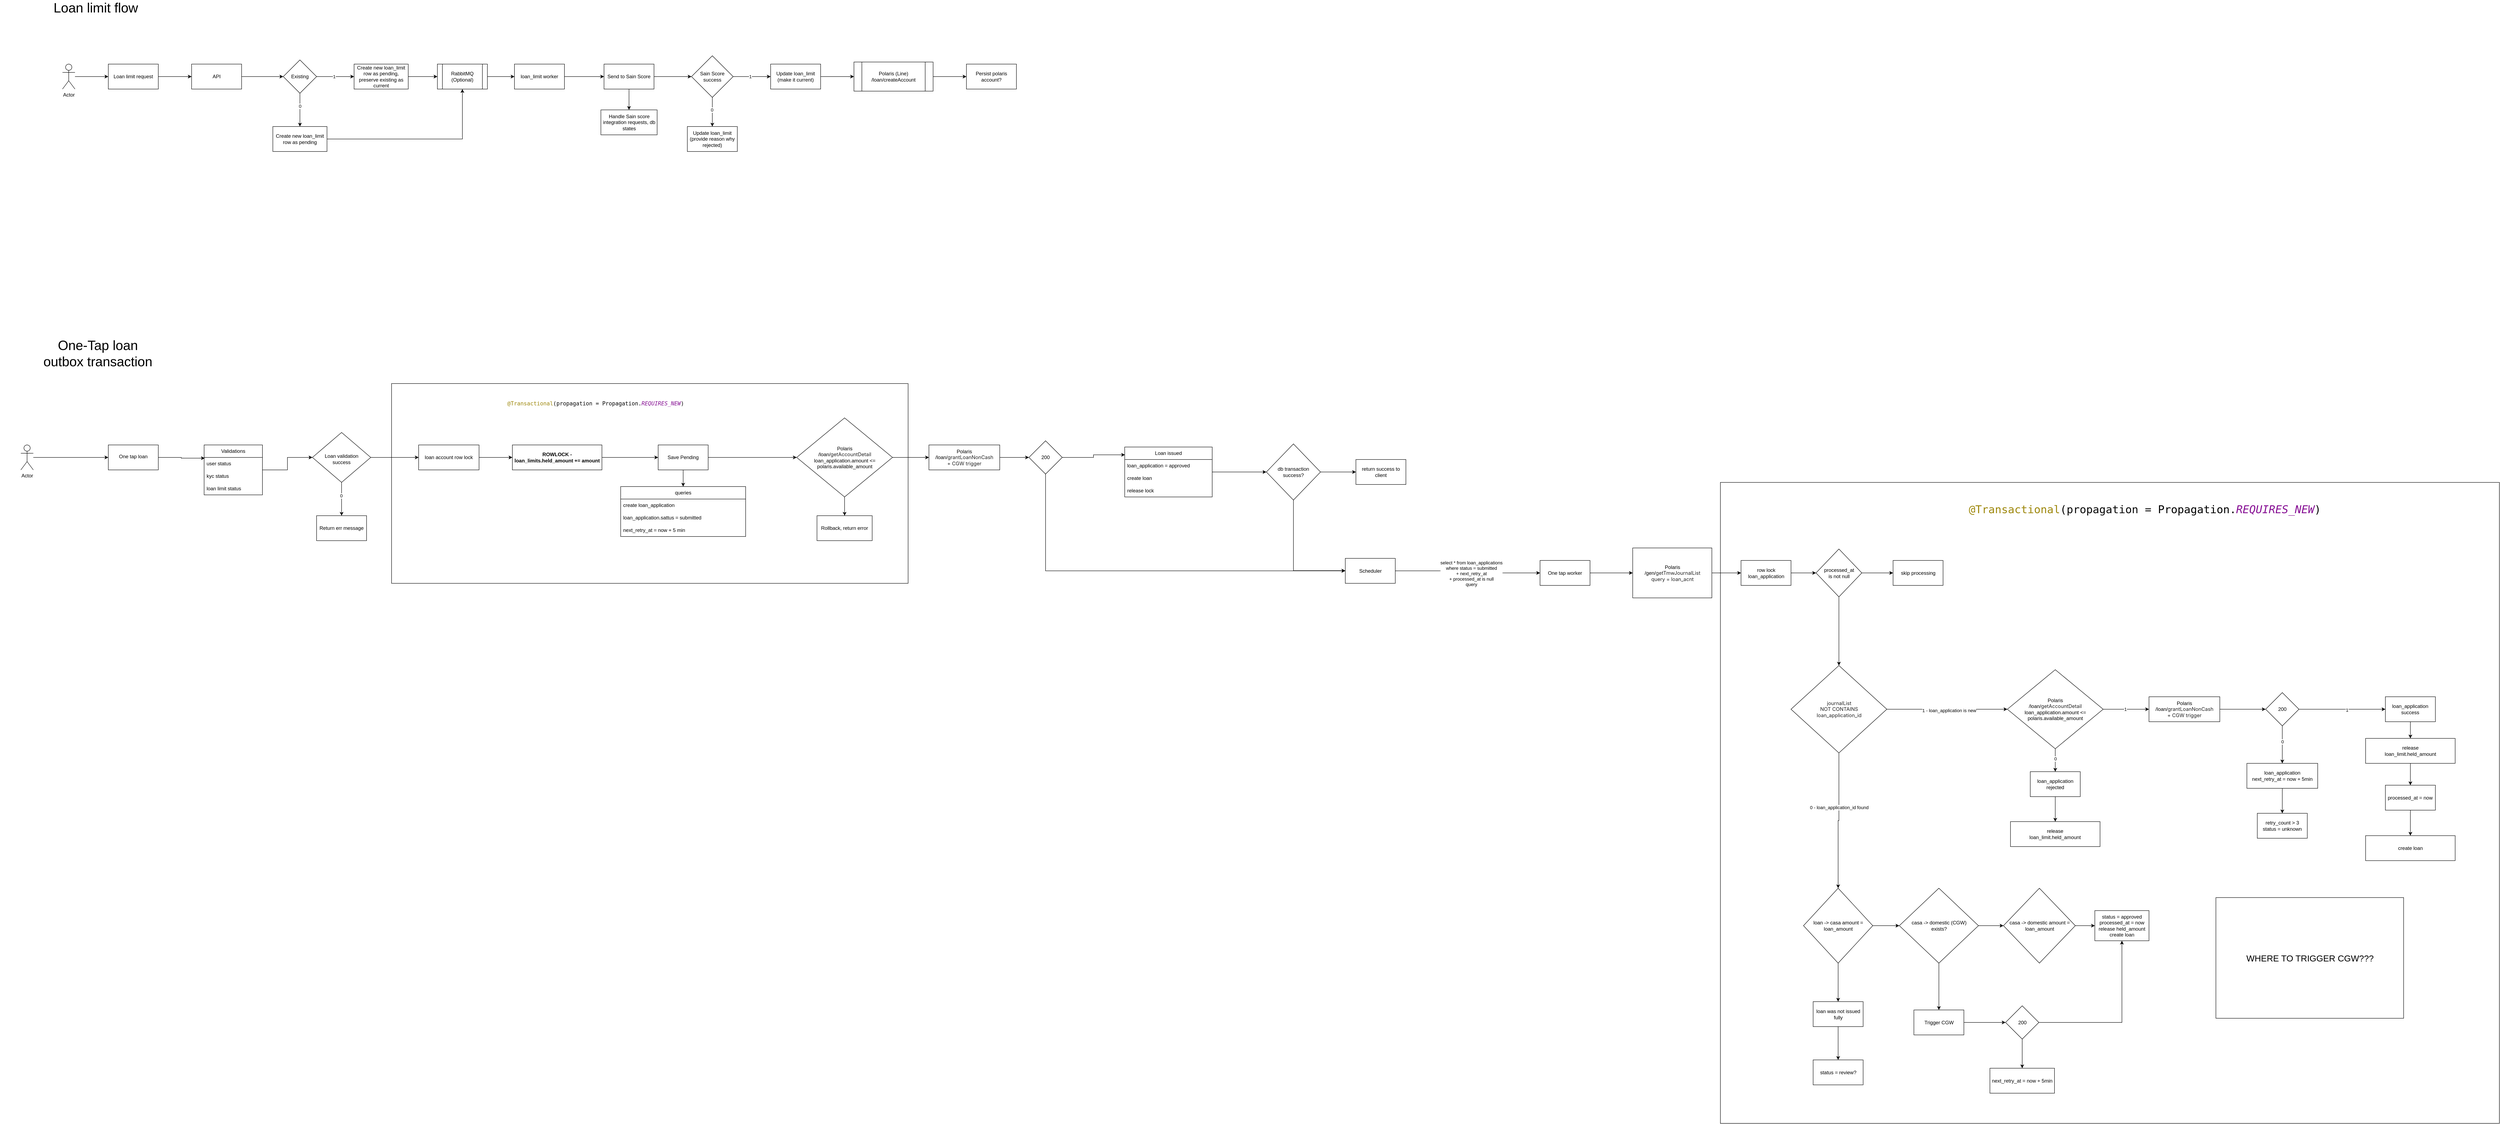
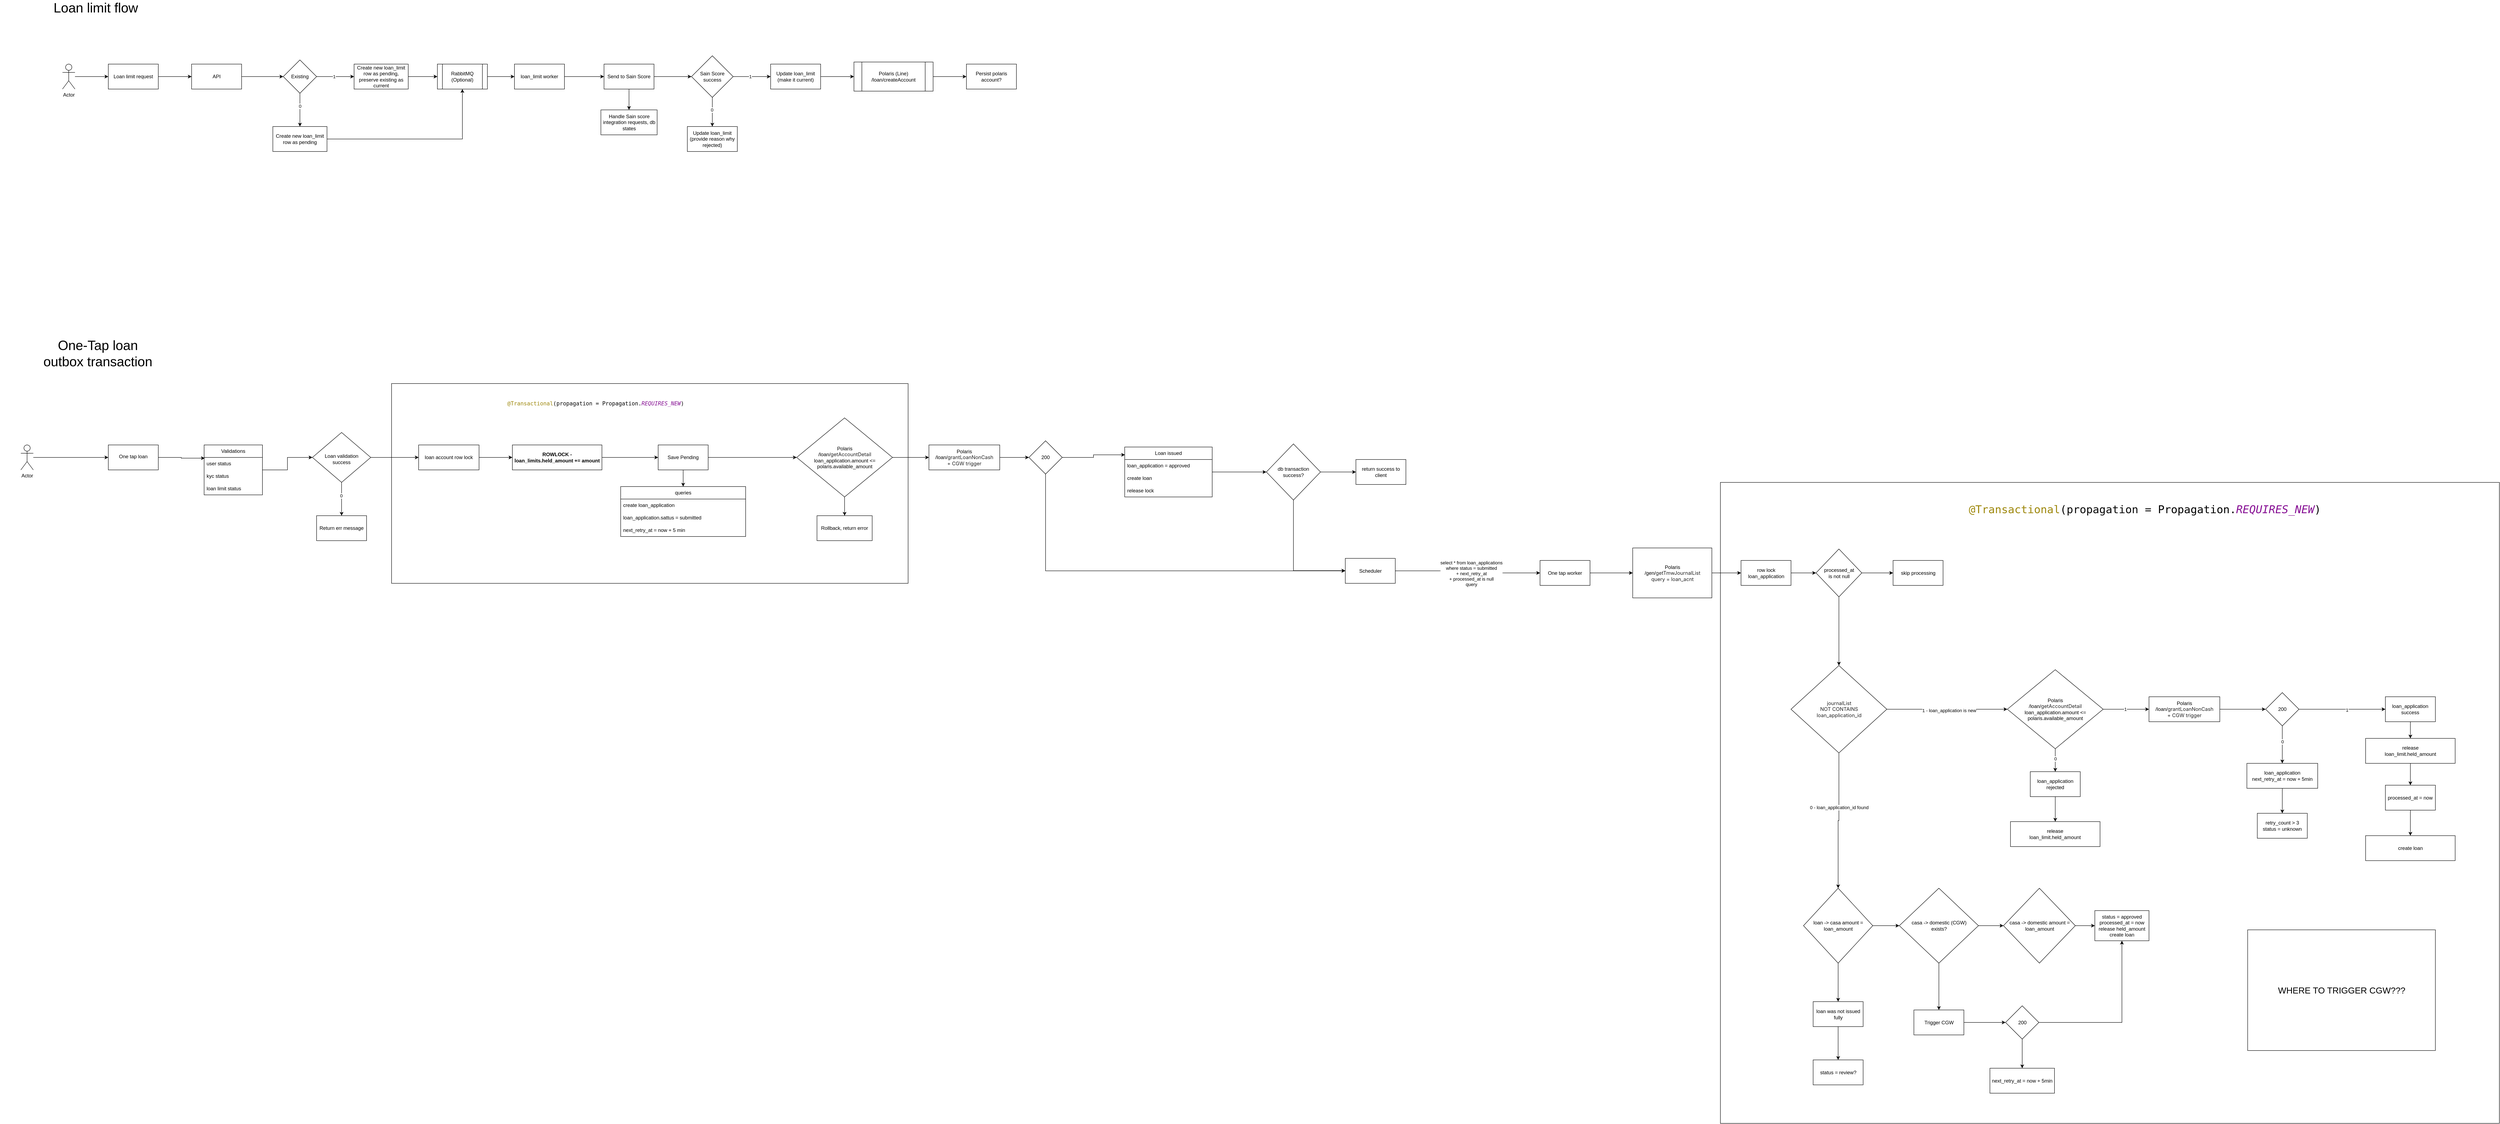
<mxfile host="app.diagrams.net">
  <diagram name="Page-1" id="VCBSuIh8bz7kurrQ0Zaz">
    <mxGraphModel dx="3826" dy="1740" grid="1" gridSize="10" guides="1" tooltips="1" connect="1" arrows="1" fold="1" page="1" pageScale="1" pageWidth="850" pageHeight="1100" math="0" shadow="0">
      <root>
        <mxCell id="0" />
        <mxCell id="1" parent="0" />
        <mxCell id="In8fDh9ZLN2M87an2Miy-188" parent="1" style="rounded=0;whiteSpace=wrap;html=1;" value="" vertex="1">
          <mxGeometry height="1540" width="1870" x="4020" y="1215" as="geometry" />
        </mxCell>
        <mxCell id="In8fDh9ZLN2M87an2Miy-172" parent="1" style="rounded=0;whiteSpace=wrap;html=1;" value="" vertex="1">
          <mxGeometry height="480" width="1240" x="830" y="977.5" as="geometry" />
        </mxCell>
        <mxCell id="KqixbsF9o6dLofBvsG9t-5" edge="1" parent="1" source="KqixbsF9o6dLofBvsG9t-1" style="edgeStyle=orthogonalEdgeStyle;rounded=0;orthogonalLoop=1;jettySize=auto;html=1;" target="KqixbsF9o6dLofBvsG9t-4" value="">
          <mxGeometry relative="1" as="geometry" />
        </mxCell>
        <mxCell id="KqixbsF9o6dLofBvsG9t-1" parent="1" style="rounded=0;whiteSpace=wrap;html=1;" value="Loan limit request" vertex="1">
          <mxGeometry height="60" width="120" x="150" y="210" as="geometry" />
        </mxCell>
        <mxCell id="KqixbsF9o6dLofBvsG9t-3" edge="1" parent="1" source="KqixbsF9o6dLofBvsG9t-2" style="edgeStyle=orthogonalEdgeStyle;rounded=0;orthogonalLoop=1;jettySize=auto;html=1;" target="KqixbsF9o6dLofBvsG9t-1" value="">
          <mxGeometry relative="1" as="geometry" />
        </mxCell>
        <mxCell id="KqixbsF9o6dLofBvsG9t-2" parent="1" style="shape=umlActor;verticalLabelPosition=bottom;verticalAlign=top;html=1;outlineConnect=0;" value="Actor" vertex="1">
          <mxGeometry height="60" width="30" x="40" y="210" as="geometry" />
        </mxCell>
        <mxCell id="KqixbsF9o6dLofBvsG9t-9" edge="1" parent="1" source="KqixbsF9o6dLofBvsG9t-4" style="edgeStyle=orthogonalEdgeStyle;rounded=0;orthogonalLoop=1;jettySize=auto;html=1;" target="KqixbsF9o6dLofBvsG9t-8" value="">
          <mxGeometry relative="1" as="geometry" />
        </mxCell>
        <mxCell id="KqixbsF9o6dLofBvsG9t-4" parent="1" style="rounded=0;whiteSpace=wrap;html=1;" value="API" vertex="1">
          <mxGeometry height="60" width="120" x="350" y="210" as="geometry" />
        </mxCell>
        <mxCell id="KqixbsF9o6dLofBvsG9t-11" edge="1" parent="1" source="KqixbsF9o6dLofBvsG9t-8" style="edgeStyle=orthogonalEdgeStyle;rounded=0;orthogonalLoop=1;jettySize=auto;html=1;" target="KqixbsF9o6dLofBvsG9t-10" value="">
          <mxGeometry relative="1" as="geometry" />
        </mxCell>
        <mxCell id="KqixbsF9o6dLofBvsG9t-12" connectable="0" parent="KqixbsF9o6dLofBvsG9t-11" style="edgeLabel;html=1;align=center;verticalAlign=middle;resizable=0;points=[];" value="1" vertex="1">
          <mxGeometry relative="1" x="-0.079" as="geometry">
            <mxPoint as="offset" />
          </mxGeometry>
        </mxCell>
        <mxCell id="KqixbsF9o6dLofBvsG9t-14" edge="1" parent="1" source="KqixbsF9o6dLofBvsG9t-8" style="edgeStyle=orthogonalEdgeStyle;rounded=0;orthogonalLoop=1;jettySize=auto;html=1;" target="KqixbsF9o6dLofBvsG9t-13" value="">
          <mxGeometry relative="1" as="geometry" />
        </mxCell>
        <mxCell id="KqixbsF9o6dLofBvsG9t-15" connectable="0" parent="KqixbsF9o6dLofBvsG9t-14" style="edgeLabel;html=1;align=center;verticalAlign=middle;resizable=0;points=[];" value="0" vertex="1">
          <mxGeometry relative="1" x="-0.2407" as="geometry">
            <mxPoint as="offset" />
          </mxGeometry>
        </mxCell>
        <mxCell id="KqixbsF9o6dLofBvsG9t-8" parent="1" style="rhombus;whiteSpace=wrap;html=1;rounded=0;" value="Existing" vertex="1">
          <mxGeometry height="80" width="80" x="570" y="200" as="geometry" />
        </mxCell>
        <mxCell id="KqixbsF9o6dLofBvsG9t-23" edge="1" parent="1" source="KqixbsF9o6dLofBvsG9t-10" style="edgeStyle=orthogonalEdgeStyle;rounded=0;orthogonalLoop=1;jettySize=auto;html=1;" target="KqixbsF9o6dLofBvsG9t-22" value="">
          <mxGeometry relative="1" as="geometry" />
        </mxCell>
        <mxCell id="KqixbsF9o6dLofBvsG9t-10" parent="1" style="whiteSpace=wrap;html=1;rounded=0;" value="Create new loan_limit row as pending, preserve existing as current" vertex="1">
          <mxGeometry height="60" width="130" x="740" y="210" as="geometry" />
        </mxCell>
        <mxCell id="KqixbsF9o6dLofBvsG9t-26" edge="1" parent="1" source="KqixbsF9o6dLofBvsG9t-13" style="edgeStyle=orthogonalEdgeStyle;rounded=0;orthogonalLoop=1;jettySize=auto;html=1;entryX=0.5;entryY=1;entryDx=0;entryDy=0;" target="KqixbsF9o6dLofBvsG9t-22">
          <mxGeometry relative="1" as="geometry" />
        </mxCell>
        <mxCell id="KqixbsF9o6dLofBvsG9t-13" parent="1" style="whiteSpace=wrap;html=1;rounded=0;" value="Create new loan_limit row as pending" vertex="1">
          <mxGeometry height="60" width="130" x="545" y="360" as="geometry" />
        </mxCell>
        <mxCell id="KqixbsF9o6dLofBvsG9t-25" edge="1" parent="1" source="KqixbsF9o6dLofBvsG9t-22" style="edgeStyle=orthogonalEdgeStyle;rounded=0;orthogonalLoop=1;jettySize=auto;html=1;" target="KqixbsF9o6dLofBvsG9t-24" value="">
          <mxGeometry relative="1" as="geometry" />
        </mxCell>
        <mxCell id="KqixbsF9o6dLofBvsG9t-22" parent="1" style="shape=process;whiteSpace=wrap;html=1;backgroundOutline=1;rounded=0;" value="RabbitMQ (Optional)" vertex="1">
          <mxGeometry height="60" width="120" x="940" y="210" as="geometry" />
        </mxCell>
        <mxCell id="KqixbsF9o6dLofBvsG9t-28" edge="1" parent="1" source="KqixbsF9o6dLofBvsG9t-24" style="edgeStyle=orthogonalEdgeStyle;rounded=0;orthogonalLoop=1;jettySize=auto;html=1;" target="KqixbsF9o6dLofBvsG9t-27" value="">
          <mxGeometry relative="1" as="geometry" />
        </mxCell>
        <mxCell id="KqixbsF9o6dLofBvsG9t-24" parent="1" style="whiteSpace=wrap;html=1;rounded=0;" value="loan_limit worker" vertex="1">
          <mxGeometry height="60" width="120" x="1125" y="210" as="geometry" />
        </mxCell>
        <mxCell id="KqixbsF9o6dLofBvsG9t-30" edge="1" parent="1" source="KqixbsF9o6dLofBvsG9t-27" style="edgeStyle=orthogonalEdgeStyle;rounded=0;orthogonalLoop=1;jettySize=auto;html=1;" target="KqixbsF9o6dLofBvsG9t-29" value="">
          <mxGeometry relative="1" as="geometry" />
        </mxCell>
        <mxCell id="KqixbsF9o6dLofBvsG9t-38" edge="1" parent="1" source="KqixbsF9o6dLofBvsG9t-27" style="edgeStyle=orthogonalEdgeStyle;rounded=0;orthogonalLoop=1;jettySize=auto;html=1;" target="KqixbsF9o6dLofBvsG9t-37" value="">
          <mxGeometry relative="1" as="geometry" />
        </mxCell>
        <mxCell id="KqixbsF9o6dLofBvsG9t-27" parent="1" style="whiteSpace=wrap;html=1;rounded=0;" value="Send to Sain Score" vertex="1">
          <mxGeometry height="60" width="120" x="1340" y="210" as="geometry" />
        </mxCell>
        <mxCell id="KqixbsF9o6dLofBvsG9t-32" edge="1" parent="1" source="KqixbsF9o6dLofBvsG9t-29" style="edgeStyle=orthogonalEdgeStyle;rounded=0;orthogonalLoop=1;jettySize=auto;html=1;" target="KqixbsF9o6dLofBvsG9t-31" value="">
          <mxGeometry relative="1" as="geometry" />
        </mxCell>
        <mxCell id="KqixbsF9o6dLofBvsG9t-33" connectable="0" parent="KqixbsF9o6dLofBvsG9t-32" style="edgeLabel;html=1;align=center;verticalAlign=middle;resizable=0;points=[];" value="1" vertex="1">
          <mxGeometry relative="1" x="-0.1048" as="geometry">
            <mxPoint as="offset" />
          </mxGeometry>
        </mxCell>
        <mxCell id="KqixbsF9o6dLofBvsG9t-35" edge="1" parent="1" source="KqixbsF9o6dLofBvsG9t-29" style="edgeStyle=orthogonalEdgeStyle;rounded=0;orthogonalLoop=1;jettySize=auto;html=1;" target="KqixbsF9o6dLofBvsG9t-34" value="">
          <mxGeometry relative="1" as="geometry" />
        </mxCell>
        <mxCell id="KqixbsF9o6dLofBvsG9t-36" connectable="0" parent="KqixbsF9o6dLofBvsG9t-35" style="edgeLabel;html=1;align=center;verticalAlign=middle;resizable=0;points=[];" value="0" vertex="1">
          <mxGeometry relative="1" x="-0.1429" y="-1" as="geometry">
            <mxPoint as="offset" />
          </mxGeometry>
        </mxCell>
        <mxCell id="KqixbsF9o6dLofBvsG9t-29" parent="1" style="rhombus;whiteSpace=wrap;html=1;rounded=0;" value="Sain Score success" vertex="1">
          <mxGeometry height="100" width="100" x="1550" y="190" as="geometry" />
        </mxCell>
        <mxCell id="KqixbsF9o6dLofBvsG9t-66" edge="1" parent="1" source="KqixbsF9o6dLofBvsG9t-31" style="edgeStyle=orthogonalEdgeStyle;rounded=0;orthogonalLoop=1;jettySize=auto;html=1;" target="KqixbsF9o6dLofBvsG9t-65" value="">
          <mxGeometry relative="1" as="geometry" />
        </mxCell>
        <mxCell id="KqixbsF9o6dLofBvsG9t-31" parent="1" style="whiteSpace=wrap;html=1;rounded=0;" value="Update loan_limit (make it current)" vertex="1">
          <mxGeometry height="60" width="120" x="1740" y="210" as="geometry" />
        </mxCell>
        <mxCell id="KqixbsF9o6dLofBvsG9t-34" parent="1" style="whiteSpace=wrap;html=1;rounded=0;" value="Update loan_limit&lt;br&gt;(provide reason why rejected)" vertex="1">
          <mxGeometry height="60" width="120" x="1540" y="360" as="geometry" />
        </mxCell>
        <mxCell id="KqixbsF9o6dLofBvsG9t-37" parent="1" style="whiteSpace=wrap;html=1;rounded=0;" value="Handle Sain score integration requests, db states" vertex="1">
          <mxGeometry height="60" width="135" x="1332.5" y="320" as="geometry" />
        </mxCell>
        <mxCell id="KqixbsF9o6dLofBvsG9t-40" parent="1" style="text;html=1;whiteSpace=wrap;strokeColor=none;fillColor=none;align=center;verticalAlign=middle;rounded=0;fontSize=32;" value="Loan limit flow" vertex="1">
          <mxGeometry height="30" width="260" x="-10" y="60" as="geometry" />
        </mxCell>
        <mxCell id="KqixbsF9o6dLofBvsG9t-74" edge="1" parent="1" source="KqixbsF9o6dLofBvsG9t-65" style="edgeStyle=orthogonalEdgeStyle;rounded=0;orthogonalLoop=1;jettySize=auto;html=1;" target="KqixbsF9o6dLofBvsG9t-73" value="">
          <mxGeometry relative="1" as="geometry" />
        </mxCell>
        <mxCell id="KqixbsF9o6dLofBvsG9t-65" parent="1" style="shape=process;whiteSpace=wrap;html=1;backgroundOutline=1;rounded=0;" value="Polaris (Line)&lt;br&gt;/loan/createAccount" vertex="1">
          <mxGeometry height="70" width="190" x="1940" y="205" as="geometry" />
        </mxCell>
        <mxCell id="KqixbsF9o6dLofBvsG9t-73" parent="1" style="whiteSpace=wrap;html=1;rounded=0;" value="Persist polaris account?" vertex="1">
          <mxGeometry height="60" width="120" x="2210" y="210" as="geometry" />
        </mxCell>
        <mxCell id="U8Ajh8Gpa-m2DNKNFQys-1" parent="1" style="text;html=1;whiteSpace=wrap;strokeColor=none;fillColor=none;align=center;verticalAlign=middle;rounded=0;fontSize=32;" value="One-Tap loan&lt;br&gt;outbox transaction" vertex="1">
          <mxGeometry height="30" width="470" x="-110" y="890" as="geometry" />
        </mxCell>
        <mxCell id="In8fDh9ZLN2M87an2Miy-1" edge="1" parent="1" source="In8fDh9ZLN2M87an2Miy-2" style="edgeStyle=orthogonalEdgeStyle;rounded=0;orthogonalLoop=1;jettySize=auto;html=1;" target="In8fDh9ZLN2M87an2Miy-4" value="">
          <mxGeometry relative="1" as="geometry" />
        </mxCell>
        <mxCell id="In8fDh9ZLN2M87an2Miy-2" parent="1" style="shape=umlActor;verticalLabelPosition=bottom;verticalAlign=top;html=1;outlineConnect=0;" value="Actor" vertex="1">
          <mxGeometry height="60" width="30" x="-60" y="1125" as="geometry" />
        </mxCell>
        <mxCell id="In8fDh9ZLN2M87an2Miy-3" edge="1" parent="1" source="In8fDh9ZLN2M87an2Miy-4" style="edgeStyle=orthogonalEdgeStyle;rounded=0;orthogonalLoop=1;jettySize=auto;html=1;entryX=0.011;entryY=0.06;entryDx=0;entryDy=0;entryPerimeter=0;" target="In8fDh9ZLN2M87an2Miy-28" value="">
          <mxGeometry relative="1" as="geometry">
            <mxPoint x="360" y="1155" as="targetPoint" />
          </mxGeometry>
        </mxCell>
        <mxCell id="In8fDh9ZLN2M87an2Miy-4" parent="1" style="whiteSpace=wrap;html=1;verticalAlign=top;" value="&lt;div&gt;&lt;br&gt;&lt;/div&gt;&lt;div&gt;One tap loan&lt;/div&gt;" vertex="1">
          <mxGeometry height="60" width="120" x="150" y="1125" as="geometry" />
        </mxCell>
        <mxCell id="In8fDh9ZLN2M87an2Miy-7" edge="1" parent="1" source="In8fDh9ZLN2M87an2Miy-9" style="edgeStyle=orthogonalEdgeStyle;rounded=0;orthogonalLoop=1;jettySize=auto;html=1;" target="In8fDh9ZLN2M87an2Miy-13" value="">
          <mxGeometry relative="1" as="geometry" />
        </mxCell>
        <mxCell id="In8fDh9ZLN2M87an2Miy-8" connectable="0" parent="In8fDh9ZLN2M87an2Miy-7" style="edgeLabel;html=1;align=center;verticalAlign=middle;resizable=0;points=[];" value="0" vertex="1">
          <mxGeometry relative="1" x="-0.2091" y="-1" as="geometry">
            <mxPoint as="offset" />
          </mxGeometry>
        </mxCell>
        <mxCell id="In8fDh9ZLN2M87an2Miy-163" edge="1" parent="1" source="In8fDh9ZLN2M87an2Miy-9" style="edgeStyle=orthogonalEdgeStyle;rounded=0;orthogonalLoop=1;jettySize=auto;html=1;entryX=0;entryY=0.5;entryDx=0;entryDy=0;" target="In8fDh9ZLN2M87an2Miy-161">
          <mxGeometry relative="1" as="geometry" />
        </mxCell>
        <mxCell id="In8fDh9ZLN2M87an2Miy-9" parent="1" style="rhombus;whiteSpace=wrap;html=1;verticalAlign=top;" value="&lt;br&gt;&lt;br&gt;&lt;div&gt;&lt;br&gt;&lt;/div&gt;&lt;div&gt;Loan validation&lt;br&gt;success&lt;/div&gt;" vertex="1">
          <mxGeometry height="120" width="140" x="640" y="1095" as="geometry" />
        </mxCell>
        <mxCell id="In8fDh9ZLN2M87an2Miy-10" edge="1" parent="1" source="In8fDh9ZLN2M87an2Miy-12" style="edgeStyle=orthogonalEdgeStyle;rounded=0;orthogonalLoop=1;jettySize=auto;html=1;entryX=0.5;entryY=0;entryDx=0;entryDy=0;" target="In8fDh9ZLN2M87an2Miy-14">
          <mxGeometry relative="1" as="geometry" />
        </mxCell>
        <mxCell id="In8fDh9ZLN2M87an2Miy-54" edge="1" parent="1" source="In8fDh9ZLN2M87an2Miy-105" style="edgeStyle=orthogonalEdgeStyle;rounded=0;orthogonalLoop=1;jettySize=auto;html=1;exitX=1;exitY=0.5;exitDx=0;exitDy=0;" target="In8fDh9ZLN2M87an2Miy-53" value="">
          <mxGeometry relative="1" as="geometry">
            <mxPoint x="3329.5" y="1432.5" as="sourcePoint" />
          </mxGeometry>
        </mxCell>
        <mxCell id="In8fDh9ZLN2M87an2Miy-55" connectable="0" parent="In8fDh9ZLN2M87an2Miy-54" style="edgeLabel;html=1;align=center;verticalAlign=middle;resizable=0;points=[];" value="select * from loan_applications&lt;br&gt;where status = submitted&lt;br&gt;+ next_retry_at&lt;br&gt;+ processed_at is null&lt;br&gt;query" vertex="1">
          <mxGeometry relative="1" x="0.0637" y="-1" as="geometry">
            <mxPoint as="offset" />
          </mxGeometry>
        </mxCell>
        <mxCell id="In8fDh9ZLN2M87an2Miy-173" edge="1" parent="1" source="In8fDh9ZLN2M87an2Miy-12" style="edgeStyle=orthogonalEdgeStyle;rounded=0;orthogonalLoop=1;jettySize=auto;html=1;entryX=0;entryY=0.5;entryDx=0;entryDy=0;" target="In8fDh9ZLN2M87an2Miy-152">
          <mxGeometry relative="1" as="geometry" />
        </mxCell>
        <mxCell id="In8fDh9ZLN2M87an2Miy-12" parent="1" style="whiteSpace=wrap;html=1;verticalAlign=middle;" value="Save Pending" vertex="1">
          <mxGeometry height="60" width="120" x="1470" y="1125" as="geometry" />
        </mxCell>
        <mxCell id="In8fDh9ZLN2M87an2Miy-13" parent="1" style="whiteSpace=wrap;html=1;verticalAlign=middle;" value="Return err message" vertex="1">
          <mxGeometry height="60" width="120" x="650" y="1295" as="geometry" />
        </mxCell>
        <mxCell id="In8fDh9ZLN2M87an2Miy-14" parent="1" style="swimlane;fontStyle=0;childLayout=stackLayout;horizontal=1;startSize=30;horizontalStack=0;resizeParent=1;resizeParentMax=0;resizeLast=0;collapsible=1;marginBottom=0;whiteSpace=wrap;html=1;" value="queries" vertex="1">
          <mxGeometry height="120" width="300" x="1380" y="1225" as="geometry" />
        </mxCell>
        <mxCell id="In8fDh9ZLN2M87an2Miy-15" parent="In8fDh9ZLN2M87an2Miy-14" style="text;strokeColor=none;fillColor=none;align=left;verticalAlign=middle;spacingLeft=4;spacingRight=4;overflow=hidden;points=[[0,0.5],[1,0.5]];portConstraint=eastwest;rotatable=0;whiteSpace=wrap;html=1;" value="create loan_application" vertex="1">
          <mxGeometry height="30" width="300" y="30" as="geometry" />
        </mxCell>
        <mxCell id="In8fDh9ZLN2M87an2Miy-104" parent="In8fDh9ZLN2M87an2Miy-14" style="text;strokeColor=none;fillColor=none;align=left;verticalAlign=middle;spacingLeft=4;spacingRight=4;overflow=hidden;points=[[0,0.5],[1,0.5]];portConstraint=eastwest;rotatable=0;whiteSpace=wrap;html=1;" value="loan_application.sattus = submitted" vertex="1">
          <mxGeometry height="30" width="300" y="60" as="geometry" />
        </mxCell>
        <mxCell id="In8fDh9ZLN2M87an2Miy-17" parent="In8fDh9ZLN2M87an2Miy-14" style="text;strokeColor=none;fillColor=none;align=left;verticalAlign=middle;spacingLeft=4;spacingRight=4;overflow=hidden;points=[[0,0.5],[1,0.5]];portConstraint=eastwest;rotatable=0;whiteSpace=wrap;html=1;" value="next_retry_at = now + 5 min" vertex="1">
          <mxGeometry height="30" width="300" y="90" as="geometry" />
        </mxCell>
        <mxCell id="In8fDh9ZLN2M87an2Miy-32" edge="1" parent="1" source="In8fDh9ZLN2M87an2Miy-27" style="edgeStyle=orthogonalEdgeStyle;rounded=0;orthogonalLoop=1;jettySize=auto;html=1;entryX=0;entryY=0.5;entryDx=0;entryDy=0;" target="In8fDh9ZLN2M87an2Miy-9">
          <mxGeometry relative="1" as="geometry" />
        </mxCell>
        <mxCell id="In8fDh9ZLN2M87an2Miy-27" parent="1" style="swimlane;fontStyle=0;childLayout=stackLayout;horizontal=1;startSize=30;horizontalStack=0;resizeParent=1;resizeParentMax=0;resizeLast=0;collapsible=1;marginBottom=0;whiteSpace=wrap;html=1;" value="Validations" vertex="1">
          <mxGeometry height="120" width="140" x="380" y="1125" as="geometry" />
        </mxCell>
        <mxCell id="In8fDh9ZLN2M87an2Miy-28" parent="In8fDh9ZLN2M87an2Miy-27" style="text;strokeColor=none;fillColor=none;align=left;verticalAlign=middle;spacingLeft=4;spacingRight=4;overflow=hidden;points=[[0,0.5],[1,0.5]];portConstraint=eastwest;rotatable=0;whiteSpace=wrap;html=1;" value="user status" vertex="1">
          <mxGeometry height="30" width="140" y="30" as="geometry" />
        </mxCell>
        <mxCell id="In8fDh9ZLN2M87an2Miy-29" parent="In8fDh9ZLN2M87an2Miy-27" style="text;strokeColor=none;fillColor=none;align=left;verticalAlign=middle;spacingLeft=4;spacingRight=4;overflow=hidden;points=[[0,0.5],[1,0.5]];portConstraint=eastwest;rotatable=0;whiteSpace=wrap;html=1;" value="kyc status" vertex="1">
          <mxGeometry height="30" width="140" y="60" as="geometry" />
        </mxCell>
        <mxCell id="In8fDh9ZLN2M87an2Miy-33" parent="In8fDh9ZLN2M87an2Miy-27" style="text;strokeColor=none;fillColor=none;align=left;verticalAlign=middle;spacingLeft=4;spacingRight=4;overflow=hidden;points=[[0,0.5],[1,0.5]];portConstraint=eastwest;rotatable=0;whiteSpace=wrap;html=1;" value="loan limit status" vertex="1">
          <mxGeometry height="30" width="140" y="90" as="geometry" />
        </mxCell>
        <mxCell id="In8fDh9ZLN2M87an2Miy-116" edge="1" parent="1" source="In8fDh9ZLN2M87an2Miy-53" style="edgeStyle=orthogonalEdgeStyle;rounded=0;orthogonalLoop=1;jettySize=auto;html=1;entryX=0;entryY=0.5;entryDx=0;entryDy=0;" target="In8fDh9ZLN2M87an2Miy-68">
          <mxGeometry relative="1" as="geometry" />
        </mxCell>
        <mxCell id="In8fDh9ZLN2M87an2Miy-53" parent="1" style="whiteSpace=wrap;html=1;" value="One tap worker" vertex="1">
          <mxGeometry height="60" width="120" x="3587" y="1402.5" as="geometry" />
        </mxCell>
        <mxCell id="In8fDh9ZLN2M87an2Miy-67" edge="1" parent="1" source="In8fDh9ZLN2M87an2Miy-58" style="edgeStyle=orthogonalEdgeStyle;rounded=0;orthogonalLoop=1;jettySize=auto;html=1;entryX=0;entryY=0.5;entryDx=0;entryDy=0;" target="In8fDh9ZLN2M87an2Miy-66" value="">
          <mxGeometry relative="1" as="geometry">
            <mxPoint x="5343.87" y="1760" as="targetPoint" />
          </mxGeometry>
        </mxCell>
        <mxCell id="In8fDh9ZLN2M87an2Miy-58" parent="1" style="whiteSpace=wrap;html=1;" value="Polaris /loan/&lt;span style=&quot;color: rgb(33, 33, 33); font-family: Inter, system-ui, -apple-system, &amp;quot;system-ui&amp;quot;, &amp;quot;Segoe UI&amp;quot;, Roboto, Oxygen, Ubuntu, Cantarell, &amp;quot;Fira Sans&amp;quot;, &amp;quot;Droid Sans&amp;quot;, Helvetica, Arial, sans-serif; text-align: left; white-space: pre-wrap; background-color: rgb(255, 255, 255);&quot;&gt;grantLoanNonCash&lt;br/&gt;+ CGW trigger&lt;/span&gt;" vertex="1">
          <mxGeometry height="60" width="170" x="5048.87" y="1730" as="geometry" />
        </mxCell>
        <mxCell id="In8fDh9ZLN2M87an2Miy-62" edge="1" parent="1" source="In8fDh9ZLN2M87an2Miy-59" style="edgeStyle=orthogonalEdgeStyle;rounded=0;orthogonalLoop=1;jettySize=auto;html=1;" target="In8fDh9ZLN2M87an2Miy-61" value="">
          <mxGeometry relative="1" as="geometry" />
        </mxCell>
        <mxCell id="In8fDh9ZLN2M87an2Miy-91" connectable="0" parent="In8fDh9ZLN2M87an2Miy-62" style="edgeLabel;html=1;align=center;verticalAlign=middle;resizable=0;points=[];" value="0" vertex="1">
          <mxGeometry relative="1" x="-0.1431" as="geometry">
            <mxPoint as="offset" />
          </mxGeometry>
        </mxCell>
        <mxCell id="In8fDh9ZLN2M87an2Miy-65" edge="1" parent="1" source="In8fDh9ZLN2M87an2Miy-59" style="edgeStyle=orthogonalEdgeStyle;rounded=0;orthogonalLoop=1;jettySize=auto;html=1;" target="In8fDh9ZLN2M87an2Miy-58">
          <mxGeometry relative="1" as="geometry" />
        </mxCell>
        <mxCell id="In8fDh9ZLN2M87an2Miy-90" connectable="0" parent="In8fDh9ZLN2M87an2Miy-65" style="edgeLabel;html=1;align=center;verticalAlign=middle;resizable=0;points=[];" value="1" vertex="1">
          <mxGeometry relative="1" x="-0.0451" as="geometry">
            <mxPoint as="offset" />
          </mxGeometry>
        </mxCell>
        <mxCell id="In8fDh9ZLN2M87an2Miy-59" parent="1" style="rhombus;whiteSpace=wrap;html=1;" value="Polaris&lt;br&gt;/loan/&lt;span style=&quot;color: rgb(33, 33, 33); font-family: Inter, system-ui, -apple-system, &amp;quot;system-ui&amp;quot;, &amp;quot;Segoe UI&amp;quot;, Roboto, Oxygen, Ubuntu, Cantarell, &amp;quot;Fira Sans&amp;quot;, &amp;quot;Droid Sans&amp;quot;, Helvetica, Arial, sans-serif; text-align: left; white-space: pre-wrap; background-color: rgb(255, 255, 255);&quot;&gt;getAccountDetail&lt;/span&gt;&lt;br&gt;loan_application.amount &amp;lt;= polaris.available_amount" vertex="1">
          <mxGeometry height="190" width="230" x="4708.87" y="1665" as="geometry" />
        </mxCell>
        <mxCell id="In8fDh9ZLN2M87an2Miy-64" edge="1" parent="1" source="In8fDh9ZLN2M87an2Miy-61" style="edgeStyle=orthogonalEdgeStyle;rounded=0;orthogonalLoop=1;jettySize=auto;html=1;" target="In8fDh9ZLN2M87an2Miy-63" value="">
          <mxGeometry relative="1" as="geometry" />
        </mxCell>
        <mxCell id="In8fDh9ZLN2M87an2Miy-61" parent="1" style="whiteSpace=wrap;html=1;" value="loan_application&lt;br&gt;rejected" vertex="1">
          <mxGeometry height="60" width="120" x="4763.87" y="1910" as="geometry" />
        </mxCell>
        <mxCell id="In8fDh9ZLN2M87an2Miy-63" parent="1" style="whiteSpace=wrap;html=1;" value="release &lt;br&gt;loan_limit.held_amount" vertex="1">
          <mxGeometry height="60" width="215" x="4716.37" y="2030" as="geometry" />
        </mxCell>
        <mxCell id="In8fDh9ZLN2M87an2Miy-81" edge="1" parent="1" source="In8fDh9ZLN2M87an2Miy-66" style="edgeStyle=orthogonalEdgeStyle;rounded=0;orthogonalLoop=1;jettySize=auto;html=1;entryX=0;entryY=0.5;entryDx=0;entryDy=0;" target="In8fDh9ZLN2M87an2Miy-79">
          <mxGeometry relative="1" as="geometry" />
        </mxCell>
        <mxCell id="In8fDh9ZLN2M87an2Miy-92" connectable="0" parent="In8fDh9ZLN2M87an2Miy-81" style="edgeLabel;html=1;align=center;verticalAlign=middle;resizable=0;points=[];" value="1" vertex="1">
          <mxGeometry relative="1" x="0.1055" y="-2" as="geometry">
            <mxPoint as="offset" />
          </mxGeometry>
        </mxCell>
        <mxCell id="In8fDh9ZLN2M87an2Miy-83" edge="1" parent="1" source="In8fDh9ZLN2M87an2Miy-66" style="edgeStyle=orthogonalEdgeStyle;rounded=0;orthogonalLoop=1;jettySize=auto;html=1;" target="In8fDh9ZLN2M87an2Miy-82" value="">
          <mxGeometry relative="1" as="geometry" />
        </mxCell>
        <mxCell id="In8fDh9ZLN2M87an2Miy-93" connectable="0" parent="In8fDh9ZLN2M87an2Miy-83" style="edgeLabel;html=1;align=center;verticalAlign=middle;resizable=0;points=[];" value="0" vertex="1">
          <mxGeometry relative="1" x="-0.1623" as="geometry">
            <mxPoint as="offset" />
          </mxGeometry>
        </mxCell>
        <mxCell id="In8fDh9ZLN2M87an2Miy-66" parent="1" style="rhombus;whiteSpace=wrap;html=1;" value="200" vertex="1">
          <mxGeometry height="80" width="80" x="5328.87" y="1720" as="geometry" />
        </mxCell>
        <mxCell id="In8fDh9ZLN2M87an2Miy-119" edge="1" parent="1" source="In8fDh9ZLN2M87an2Miy-68" style="edgeStyle=orthogonalEdgeStyle;rounded=0;orthogonalLoop=1;jettySize=auto;html=1;" target="In8fDh9ZLN2M87an2Miy-118" value="">
          <mxGeometry relative="1" as="geometry" />
        </mxCell>
        <mxCell id="In8fDh9ZLN2M87an2Miy-68" parent="1" style="whiteSpace=wrap;html=1;" value="Polaris&lt;br&gt;/gen/&lt;span style=&quot;white-space: pre-wrap; color: rgb(33, 33, 33); font-family: Inter, system-ui, -apple-system, &amp;quot;system-ui&amp;quot;, &amp;quot;Segoe UI&amp;quot;, Roboto, Oxygen, Ubuntu, Cantarell, &amp;quot;Fira Sans&amp;quot;, &amp;quot;Droid Sans&amp;quot;, Helvetica, Arial, sans-serif; text-align: left; background-color: rgb(255, 255, 255);&quot;&gt;getTmwJournalList&lt;br&gt;query = loan_acnt&lt;/span&gt;" vertex="1">
          <mxGeometry height="120" width="190" x="3809.5" y="1372.5" as="geometry" />
        </mxCell>
        <mxCell id="In8fDh9ZLN2M87an2Miy-71" edge="1" parent="1" source="In8fDh9ZLN2M87an2Miy-69" style="edgeStyle=orthogonalEdgeStyle;rounded=0;orthogonalLoop=1;jettySize=auto;html=1;entryX=0;entryY=0.5;entryDx=0;entryDy=0;" target="In8fDh9ZLN2M87an2Miy-59">
          <mxGeometry relative="1" as="geometry" />
        </mxCell>
        <mxCell id="In8fDh9ZLN2M87an2Miy-77" connectable="0" parent="In8fDh9ZLN2M87an2Miy-71" style="edgeLabel;html=1;align=center;verticalAlign=middle;resizable=0;points=[];" value="1 - loan_application is new" vertex="1">
          <mxGeometry relative="1" x="0.0312" y="-3" as="geometry">
            <mxPoint as="offset" />
          </mxGeometry>
        </mxCell>
        <mxCell id="In8fDh9ZLN2M87an2Miy-73" edge="1" parent="1" source="In8fDh9ZLN2M87an2Miy-69" style="edgeStyle=orthogonalEdgeStyle;rounded=0;orthogonalLoop=1;jettySize=auto;html=1;entryX=0.5;entryY=0;entryDx=0;entryDy=0;" target="In8fDh9ZLN2M87an2Miy-111" value="">
          <mxGeometry relative="1" as="geometry">
            <mxPoint x="4303.87" y="1960" as="targetPoint" />
          </mxGeometry>
        </mxCell>
        <mxCell id="In8fDh9ZLN2M87an2Miy-74" connectable="0" parent="In8fDh9ZLN2M87an2Miy-73" style="edgeLabel;html=1;align=center;verticalAlign=middle;resizable=0;points=[];" value="0 - loan_application_id found" vertex="1">
          <mxGeometry relative="1" x="-0.1975" as="geometry">
            <mxPoint as="offset" />
          </mxGeometry>
        </mxCell>
        <mxCell id="In8fDh9ZLN2M87an2Miy-69" parent="1" style="rhombus;whiteSpace=wrap;html=1;verticalAlign=middle;" value="&lt;div style=&quot;text-align: center;&quot;&gt;&lt;span style=&quot;background-color: light-dark(rgb(255, 255, 255), rgb(18, 18, 18)); color: light-dark(rgb(33, 33, 33), rgb(209, 209, 209)); font-family: Inter, system-ui, -apple-system, &amp;quot;system-ui&amp;quot;, &amp;quot;Segoe UI&amp;quot;, Roboto, Oxygen, Ubuntu, Cantarell, &amp;quot;Fira Sans&amp;quot;, &amp;quot;Droid Sans&amp;quot;, Helvetica, Arial, sans-serif; text-align: left; white-space: pre-wrap;&quot;&gt;journalList&lt;br&gt;NOT CONTAINS&lt;/span&gt;&lt;/div&gt;&lt;span style=&quot;white-space: pre-wrap; color: rgb(33, 33, 33); font-family: Inter, system-ui, -apple-system, &amp;quot;system-ui&amp;quot;, &amp;quot;Segoe UI&amp;quot;, Roboto, Oxygen, Ubuntu, Cantarell, &amp;quot;Fira Sans&amp;quot;, &amp;quot;Droid Sans&amp;quot;, Helvetica, Arial, sans-serif; text-align: left; background-color: rgb(255, 255, 255);&quot;&gt;loan_application_id&lt;/span&gt;" vertex="1">
          <mxGeometry height="210" width="230" x="4189.5" y="1655" as="geometry" />
        </mxCell>
        <mxCell id="In8fDh9ZLN2M87an2Miy-78" edge="1" parent="1" source="In8fDh9ZLN2M87an2Miy-79" style="edgeStyle=orthogonalEdgeStyle;rounded=0;orthogonalLoop=1;jettySize=auto;html=1;" target="In8fDh9ZLN2M87an2Miy-80" value="">
          <mxGeometry relative="1" as="geometry" />
        </mxCell>
        <mxCell id="In8fDh9ZLN2M87an2Miy-79" parent="1" style="whiteSpace=wrap;html=1;" value="loan_application&lt;br&gt;success" vertex="1">
          <mxGeometry height="60" width="120" x="5616.37" y="1730" as="geometry" />
        </mxCell>
        <mxCell id="In8fDh9ZLN2M87an2Miy-132" edge="1" parent="1" source="In8fDh9ZLN2M87an2Miy-80" style="edgeStyle=orthogonalEdgeStyle;rounded=0;orthogonalLoop=1;jettySize=auto;html=1;" target="In8fDh9ZLN2M87an2Miy-131" value="">
          <mxGeometry relative="1" as="geometry" />
        </mxCell>
        <mxCell id="In8fDh9ZLN2M87an2Miy-80" parent="1" style="whiteSpace=wrap;html=1;" value="release &lt;br&gt;loan_limit.held_amount" vertex="1">
          <mxGeometry height="60" width="215" x="5568.87" y="1830" as="geometry" />
        </mxCell>
        <mxCell id="In8fDh9ZLN2M87an2Miy-95" edge="1" parent="1" source="In8fDh9ZLN2M87an2Miy-82" style="edgeStyle=orthogonalEdgeStyle;rounded=0;orthogonalLoop=1;jettySize=auto;html=1;" target="In8fDh9ZLN2M87an2Miy-94" value="">
          <mxGeometry relative="1" as="geometry" />
        </mxCell>
        <mxCell id="In8fDh9ZLN2M87an2Miy-82" parent="1" style="whiteSpace=wrap;html=1;" value="loan_application&lt;br&gt;next_retry_at = now + 5min" vertex="1">
          <mxGeometry height="60" width="170" x="5283.87" y="1890" as="geometry" />
        </mxCell>
        <mxCell id="In8fDh9ZLN2M87an2Miy-88" parent="1" style="whiteSpace=wrap;html=1;" value="create loan" vertex="1">
          <mxGeometry height="60" width="215" x="5568.87" y="2063.75" as="geometry" />
        </mxCell>
        <mxCell id="In8fDh9ZLN2M87an2Miy-94" parent="1" style="whiteSpace=wrap;html=1;" value="retry_count &amp;gt; 3&lt;br&gt;status = unknown" vertex="1">
          <mxGeometry height="60" width="120" x="5308.87" y="2010" as="geometry" />
        </mxCell>
        <mxCell id="In8fDh9ZLN2M87an2Miy-105" parent="1" style="rounded=0;whiteSpace=wrap;html=1;" value="Scheduler" vertex="1">
          <mxGeometry height="60" width="120" x="3119.5" y="1397.5" as="geometry" />
        </mxCell>
        <mxCell id="In8fDh9ZLN2M87an2Miy-127" edge="1" parent="1" source="In8fDh9ZLN2M87an2Miy-111" style="edgeStyle=orthogonalEdgeStyle;rounded=0;orthogonalLoop=1;jettySize=auto;html=1;" target="In8fDh9ZLN2M87an2Miy-126" value="">
          <mxGeometry relative="1" as="geometry" />
        </mxCell>
        <mxCell id="In8fDh9ZLN2M87an2Miy-135" edge="1" parent="1" source="In8fDh9ZLN2M87an2Miy-111" style="edgeStyle=orthogonalEdgeStyle;rounded=0;orthogonalLoop=1;jettySize=auto;html=1;entryX=0;entryY=0.5;entryDx=0;entryDy=0;" target="In8fDh9ZLN2M87an2Miy-134">
          <mxGeometry relative="1" as="geometry" />
        </mxCell>
        <mxCell id="In8fDh9ZLN2M87an2Miy-111" parent="1" style="rhombus;whiteSpace=wrap;html=1;" value="loan -&amp;gt; casa amount = loan_amount" vertex="1">
          <mxGeometry height="180" width="166.25" x="4219.5" y="2190" as="geometry" />
        </mxCell>
        <mxCell id="In8fDh9ZLN2M87an2Miy-113" parent="1" style="whiteSpace=wrap;html=1;" value="status = approved&lt;br&gt;processed_at = now&lt;br&gt;release held_amount&lt;br&gt;create loan" vertex="1">
          <mxGeometry height="72.5" width="130" x="4918.87" y="2243.75" as="geometry" />
        </mxCell>
        <mxCell id="In8fDh9ZLN2M87an2Miy-122" edge="1" parent="1" source="In8fDh9ZLN2M87an2Miy-118" style="edgeStyle=orthogonalEdgeStyle;rounded=0;orthogonalLoop=1;jettySize=auto;html=1;" target="In8fDh9ZLN2M87an2Miy-121" value="">
          <mxGeometry relative="1" as="geometry" />
        </mxCell>
        <mxCell id="In8fDh9ZLN2M87an2Miy-118" parent="1" style="whiteSpace=wrap;html=1;" value="row lock&lt;br&gt;loan_application" vertex="1">
          <mxGeometry height="60" width="120" x="4069.5" y="1402.5" as="geometry" />
        </mxCell>
        <mxCell id="In8fDh9ZLN2M87an2Miy-124" edge="1" parent="1" source="In8fDh9ZLN2M87an2Miy-121" style="edgeStyle=orthogonalEdgeStyle;rounded=0;orthogonalLoop=1;jettySize=auto;html=1;" target="In8fDh9ZLN2M87an2Miy-123" value="">
          <mxGeometry relative="1" as="geometry" />
        </mxCell>
        <mxCell id="In8fDh9ZLN2M87an2Miy-125" edge="1" parent="1" source="In8fDh9ZLN2M87an2Miy-121" style="edgeStyle=orthogonalEdgeStyle;rounded=0;orthogonalLoop=1;jettySize=auto;html=1;entryX=0.5;entryY=0;entryDx=0;entryDy=0;" target="In8fDh9ZLN2M87an2Miy-69">
          <mxGeometry relative="1" as="geometry" />
        </mxCell>
        <mxCell id="In8fDh9ZLN2M87an2Miy-121" parent="1" style="rhombus;whiteSpace=wrap;html=1;" value="processed_at &lt;br&gt;is not null" vertex="1">
          <mxGeometry height="115" width="110" x="4249.5" y="1375" as="geometry" />
        </mxCell>
        <mxCell id="In8fDh9ZLN2M87an2Miy-123" parent="1" style="whiteSpace=wrap;html=1;" value="skip processing" vertex="1">
          <mxGeometry height="60" width="120" x="4434.5" y="1402.5" as="geometry" />
        </mxCell>
        <mxCell id="In8fDh9ZLN2M87an2Miy-129" edge="1" parent="1" source="In8fDh9ZLN2M87an2Miy-126" style="edgeStyle=orthogonalEdgeStyle;rounded=0;orthogonalLoop=1;jettySize=auto;html=1;" target="In8fDh9ZLN2M87an2Miy-128" value="">
          <mxGeometry relative="1" as="geometry" />
        </mxCell>
        <mxCell id="In8fDh9ZLN2M87an2Miy-126" parent="1" style="whiteSpace=wrap;html=1;" value="loan was not issued fully" vertex="1">
          <mxGeometry height="60" width="120" x="4242.625" y="2462.5" as="geometry" />
        </mxCell>
        <mxCell id="In8fDh9ZLN2M87an2Miy-128" parent="1" style="whiteSpace=wrap;html=1;" value="status = review?" vertex="1">
          <mxGeometry height="60" width="120" x="4242.625" y="2602.5" as="geometry" />
        </mxCell>
        <mxCell id="In8fDh9ZLN2M87an2Miy-130" parent="1" style="rounded=0;whiteSpace=wrap;html=1;fontSize=21;" value="WHERE TO TRIGGER CGW???" vertex="1">
-           <mxGeometry height="290" width="450.63" x="5209.5" y="2212.5" as="geometry" />
+           <mxGeometry height="290" width="450.63" x="5285.74" y="2290" as="geometry" />
        </mxCell>
        <mxCell id="In8fDh9ZLN2M87an2Miy-133" edge="1" parent="1" source="In8fDh9ZLN2M87an2Miy-131" style="edgeStyle=orthogonalEdgeStyle;rounded=0;orthogonalLoop=1;jettySize=auto;html=1;" target="In8fDh9ZLN2M87an2Miy-88" value="">
          <mxGeometry relative="1" as="geometry" />
        </mxCell>
        <mxCell id="In8fDh9ZLN2M87an2Miy-131" parent="1" style="whiteSpace=wrap;html=1;" value="processed_at = now" vertex="1">
          <mxGeometry height="60" width="120" x="5616.37" y="1942.5" as="geometry" />
        </mxCell>
        <mxCell id="In8fDh9ZLN2M87an2Miy-141" edge="1" parent="1" source="In8fDh9ZLN2M87an2Miy-134" style="edgeStyle=orthogonalEdgeStyle;rounded=0;orthogonalLoop=1;jettySize=auto;html=1;entryX=0;entryY=0.5;entryDx=0;entryDy=0;" target="In8fDh9ZLN2M87an2Miy-139">
          <mxGeometry relative="1" as="geometry" />
        </mxCell>
        <mxCell id="In8fDh9ZLN2M87an2Miy-145" edge="1" parent="1" source="In8fDh9ZLN2M87an2Miy-134" style="edgeStyle=orthogonalEdgeStyle;rounded=0;orthogonalLoop=1;jettySize=auto;html=1;" target="In8fDh9ZLN2M87an2Miy-144" value="">
          <mxGeometry relative="1" as="geometry" />
        </mxCell>
        <mxCell id="In8fDh9ZLN2M87an2Miy-134" parent="1" style="rhombus;whiteSpace=wrap;html=1;" value="casa -&amp;gt; domestic (CGW)&lt;br&gt;exists?" vertex="1">
          <mxGeometry height="180" width="190" x="4449.5" y="2190" as="geometry" />
        </mxCell>
        <mxCell id="In8fDh9ZLN2M87an2Miy-142" edge="1" parent="1" source="In8fDh9ZLN2M87an2Miy-139" style="edgeStyle=orthogonalEdgeStyle;rounded=0;orthogonalLoop=1;jettySize=auto;html=1;entryX=0;entryY=0.5;entryDx=0;entryDy=0;" target="In8fDh9ZLN2M87an2Miy-113">
          <mxGeometry relative="1" as="geometry" />
        </mxCell>
        <mxCell id="In8fDh9ZLN2M87an2Miy-139" parent="1" style="rhombus;whiteSpace=wrap;html=1;" value="casa -&amp;gt; domestic amount = loan_amount" vertex="1">
          <mxGeometry height="180" width="172.5" x="4699.5" y="2190" as="geometry" />
        </mxCell>
        <mxCell id="In8fDh9ZLN2M87an2Miy-147" edge="1" parent="1" source="In8fDh9ZLN2M87an2Miy-144" style="edgeStyle=orthogonalEdgeStyle;rounded=0;orthogonalLoop=1;jettySize=auto;html=1;" target="In8fDh9ZLN2M87an2Miy-146" value="">
          <mxGeometry relative="1" as="geometry" />
        </mxCell>
        <mxCell id="In8fDh9ZLN2M87an2Miy-144" parent="1" style="whiteSpace=wrap;html=1;" value="Trigger CGW" vertex="1">
          <mxGeometry height="60" width="120" x="4484.5" y="2482.5" as="geometry" />
        </mxCell>
        <mxCell id="In8fDh9ZLN2M87an2Miy-148" edge="1" parent="1" source="In8fDh9ZLN2M87an2Miy-146" style="edgeStyle=orthogonalEdgeStyle;rounded=0;orthogonalLoop=1;jettySize=auto;html=1;entryX=0.5;entryY=1;entryDx=0;entryDy=0;" target="In8fDh9ZLN2M87an2Miy-113">
          <mxGeometry relative="1" as="geometry" />
        </mxCell>
        <mxCell id="In8fDh9ZLN2M87an2Miy-150" edge="1" parent="1" source="In8fDh9ZLN2M87an2Miy-146" style="edgeStyle=orthogonalEdgeStyle;rounded=0;orthogonalLoop=1;jettySize=auto;html=1;" target="In8fDh9ZLN2M87an2Miy-149" value="">
          <mxGeometry relative="1" as="geometry" />
        </mxCell>
        <mxCell id="In8fDh9ZLN2M87an2Miy-146" parent="1" style="rhombus;whiteSpace=wrap;html=1;" value="200" vertex="1">
          <mxGeometry height="80" width="80" x="4704.5" y="2472.5" as="geometry" />
        </mxCell>
        <mxCell id="In8fDh9ZLN2M87an2Miy-149" parent="1" style="whiteSpace=wrap;html=1;" value="next_retry_at = now + 5min" vertex="1">
          <mxGeometry height="60" width="155" x="4667" y="2622.5" as="geometry" />
        </mxCell>
        <mxCell id="In8fDh9ZLN2M87an2Miy-154" edge="1" parent="1" source="In8fDh9ZLN2M87an2Miy-152" style="edgeStyle=orthogonalEdgeStyle;rounded=0;orthogonalLoop=1;jettySize=auto;html=1;entryX=0;entryY=0.5;entryDx=0;entryDy=0;" target="In8fDh9ZLN2M87an2Miy-153">
          <mxGeometry relative="1" as="geometry" />
        </mxCell>
        <mxCell id="In8fDh9ZLN2M87an2Miy-176" edge="1" parent="1" source="In8fDh9ZLN2M87an2Miy-152" style="edgeStyle=orthogonalEdgeStyle;rounded=0;orthogonalLoop=1;jettySize=auto;html=1;" target="In8fDh9ZLN2M87an2Miy-175" value="">
          <mxGeometry relative="1" as="geometry" />
        </mxCell>
        <mxCell id="In8fDh9ZLN2M87an2Miy-152" parent="1" style="rhombus;whiteSpace=wrap;html=1;" value="Polaris&lt;br&gt;/loan/&lt;span style=&quot;color: rgb(33, 33, 33); font-family: Inter, system-ui, -apple-system, &amp;quot;system-ui&amp;quot;, &amp;quot;Segoe UI&amp;quot;, Roboto, Oxygen, Ubuntu, Cantarell, &amp;quot;Fira Sans&amp;quot;, &amp;quot;Droid Sans&amp;quot;, Helvetica, Arial, sans-serif; text-align: left; white-space: pre-wrap; background-color: rgb(255, 255, 255);&quot;&gt;getAccountDetail&lt;/span&gt;&lt;br&gt;loan_application.amount &amp;lt;= polaris.available_amount" vertex="1">
          <mxGeometry height="190" width="230" x="1802.5" y="1060" as="geometry" />
        </mxCell>
        <mxCell id="In8fDh9ZLN2M87an2Miy-158" edge="1" parent="1" source="In8fDh9ZLN2M87an2Miy-153" style="edgeStyle=orthogonalEdgeStyle;rounded=0;orthogonalLoop=1;jettySize=auto;html=1;entryX=0;entryY=0.5;entryDx=0;entryDy=0;" target="In8fDh9ZLN2M87an2Miy-157">
          <mxGeometry relative="1" as="geometry" />
        </mxCell>
        <mxCell id="In8fDh9ZLN2M87an2Miy-153" parent="1" style="whiteSpace=wrap;html=1;" value="Polaris /loan/&lt;span style=&quot;color: rgb(33, 33, 33); font-family: Inter, system-ui, -apple-system, &amp;quot;system-ui&amp;quot;, &amp;quot;Segoe UI&amp;quot;, Roboto, Oxygen, Ubuntu, Cantarell, &amp;quot;Fira Sans&amp;quot;, &amp;quot;Droid Sans&amp;quot;, Helvetica, Arial, sans-serif; text-align: left; white-space: pre-wrap; background-color: rgb(255, 255, 255);&quot;&gt;grantLoanNonCash&lt;br/&gt;+ CGW trigger&lt;/span&gt;" vertex="1">
          <mxGeometry height="60" width="170" x="2120" y="1125" as="geometry" />
        </mxCell>
        <mxCell id="In8fDh9ZLN2M87an2Miy-177" edge="1" parent="1" source="In8fDh9ZLN2M87an2Miy-157" style="edgeStyle=orthogonalEdgeStyle;rounded=0;orthogonalLoop=1;jettySize=auto;html=1;entryX=0;entryY=0.5;entryDx=0;entryDy=0;" target="In8fDh9ZLN2M87an2Miy-105">
          <mxGeometry relative="1" as="geometry">
            <Array as="points">
              <mxPoint x="2400" y="1427" />
            </Array>
            <mxPoint x="2809.5" y="1427.5" as="targetPoint" />
          </mxGeometry>
        </mxCell>
        <mxCell id="In8fDh9ZLN2M87an2Miy-157" parent="1" style="rhombus;whiteSpace=wrap;html=1;" value="200" vertex="1">
          <mxGeometry height="80" width="80" x="2360" y="1115" as="geometry" />
        </mxCell>
        <mxCell id="In8fDh9ZLN2M87an2Miy-164" edge="1" parent="1" source="In8fDh9ZLN2M87an2Miy-161" style="edgeStyle=orthogonalEdgeStyle;rounded=0;orthogonalLoop=1;jettySize=auto;html=1;" target="In8fDh9ZLN2M87an2Miy-162" value="">
          <mxGeometry relative="1" as="geometry" />
        </mxCell>
        <mxCell id="In8fDh9ZLN2M87an2Miy-161" parent="1" style="rounded=0;whiteSpace=wrap;html=1;" value="loan account row lock" vertex="1">
          <mxGeometry height="60" width="145" x="895" y="1125" as="geometry" />
        </mxCell>
        <mxCell id="In8fDh9ZLN2M87an2Miy-165" edge="1" parent="1" source="In8fDh9ZLN2M87an2Miy-162" style="edgeStyle=orthogonalEdgeStyle;rounded=0;orthogonalLoop=1;jettySize=auto;html=1;" target="In8fDh9ZLN2M87an2Miy-12">
          <mxGeometry relative="1" as="geometry" />
        </mxCell>
        <mxCell id="In8fDh9ZLN2M87an2Miy-162" parent="1" style="rounded=0;whiteSpace=wrap;html=1;" value="&lt;span style=&quot;font-weight: 700; text-align: left;&quot;&gt;ROWLOCK - loan_limits.held_amount += amount&lt;/span&gt;" vertex="1">
          <mxGeometry height="60" width="215" x="1120" y="1125" as="geometry" />
        </mxCell>
        <mxCell id="In8fDh9ZLN2M87an2Miy-184" edge="1" parent="1" source="In8fDh9ZLN2M87an2Miy-166" style="edgeStyle=orthogonalEdgeStyle;rounded=0;orthogonalLoop=1;jettySize=auto;html=1;" target="In8fDh9ZLN2M87an2Miy-183" value="">
          <mxGeometry relative="1" as="geometry" />
        </mxCell>
        <mxCell id="In8fDh9ZLN2M87an2Miy-166" parent="1" style="swimlane;fontStyle=0;childLayout=stackLayout;horizontal=1;startSize=30;horizontalStack=0;resizeParent=1;resizeParentMax=0;resizeLast=0;collapsible=1;marginBottom=0;whiteSpace=wrap;html=1;" value="Loan issued" vertex="1">
          <mxGeometry height="120" width="210" x="2590" y="1130" as="geometry" />
        </mxCell>
        <mxCell id="In8fDh9ZLN2M87an2Miy-167" parent="In8fDh9ZLN2M87an2Miy-166" style="text;strokeColor=none;fillColor=none;align=left;verticalAlign=middle;spacingLeft=4;spacingRight=4;overflow=hidden;points=[[0,0.5],[1,0.5]];portConstraint=eastwest;rotatable=0;whiteSpace=wrap;html=1;" value="loan_application = approved" vertex="1">
          <mxGeometry height="30" width="210" y="30" as="geometry" />
        </mxCell>
        <mxCell id="In8fDh9ZLN2M87an2Miy-168" parent="In8fDh9ZLN2M87an2Miy-166" style="text;strokeColor=none;fillColor=none;align=left;verticalAlign=middle;spacingLeft=4;spacingRight=4;overflow=hidden;points=[[0,0.5],[1,0.5]];portConstraint=eastwest;rotatable=0;whiteSpace=wrap;html=1;" value="create loan" vertex="1">
          <mxGeometry height="30" width="210" y="60" as="geometry" />
        </mxCell>
        <mxCell id="In8fDh9ZLN2M87an2Miy-169" parent="In8fDh9ZLN2M87an2Miy-166" style="text;strokeColor=none;fillColor=none;align=left;verticalAlign=middle;spacingLeft=4;spacingRight=4;overflow=hidden;points=[[0,0.5],[1,0.5]];portConstraint=eastwest;rotatable=0;whiteSpace=wrap;html=1;" value="release lock" vertex="1">
          <mxGeometry height="30" width="210" y="90" as="geometry" />
        </mxCell>
        <mxCell id="In8fDh9ZLN2M87an2Miy-170" edge="1" parent="1" source="In8fDh9ZLN2M87an2Miy-157" style="edgeStyle=orthogonalEdgeStyle;rounded=0;orthogonalLoop=1;jettySize=auto;html=1;entryX=0.003;entryY=0.156;entryDx=0;entryDy=0;entryPerimeter=0;" target="In8fDh9ZLN2M87an2Miy-166">
          <mxGeometry relative="1" as="geometry" />
        </mxCell>
        <mxCell id="In8fDh9ZLN2M87an2Miy-174" parent="1" style="text;html=1;whiteSpace=wrap;strokeColor=none;fillColor=none;align=center;verticalAlign=middle;rounded=0;" value="&lt;div style=&quot;background-color:#ffffff;color:#080808&quot;&gt;&lt;pre style=&quot;font-family:&#39;JetBrains Mono&#39;,monospace;font-size:9.8pt;&quot;&gt;&lt;span style=&quot;color:#9e880d;&quot;&gt;@Transactional&lt;/span&gt;(propagation = &lt;span style=&quot;color:#000000;&quot;&gt;Propagation&lt;/span&gt;.&lt;span style=&quot;color:#871094;font-style:italic;&quot;&gt;REQUIRES_NEW&lt;/span&gt;)&lt;/pre&gt;&lt;/div&gt;" vertex="1">
          <mxGeometry height="30" width="240" x="1200" y="1010" as="geometry" />
        </mxCell>
        <mxCell id="In8fDh9ZLN2M87an2Miy-175" parent="1" style="whiteSpace=wrap;html=1;" value="Rollback, return error" vertex="1">
          <mxGeometry height="60" width="132.5" x="1851.25" y="1295" as="geometry" />
        </mxCell>
        <mxCell id="In8fDh9ZLN2M87an2Miy-186" edge="1" parent="1" source="In8fDh9ZLN2M87an2Miy-183" style="edgeStyle=orthogonalEdgeStyle;rounded=0;orthogonalLoop=1;jettySize=auto;html=1;" target="In8fDh9ZLN2M87an2Miy-185" value="">
          <mxGeometry relative="1" as="geometry" />
        </mxCell>
        <mxCell id="In8fDh9ZLN2M87an2Miy-187" edge="1" parent="1" source="In8fDh9ZLN2M87an2Miy-183" style="edgeStyle=orthogonalEdgeStyle;rounded=0;orthogonalLoop=1;jettySize=auto;html=1;" target="In8fDh9ZLN2M87an2Miy-105">
          <mxGeometry relative="1" as="geometry">
            <Array as="points">
              <mxPoint x="2995" y="1427" />
            </Array>
          </mxGeometry>
        </mxCell>
        <mxCell id="In8fDh9ZLN2M87an2Miy-183" parent="1" style="rhombus;whiteSpace=wrap;html=1;fontStyle=0;startSize=30;horizontal=1;" value="db transaction success?" vertex="1">
          <mxGeometry height="135" width="130" x="2930" y="1122.5" as="geometry" />
        </mxCell>
        <mxCell id="In8fDh9ZLN2M87an2Miy-185" parent="1" style="whiteSpace=wrap;html=1;fontStyle=0;startSize=30;horizontal=1;" value="return success to client" vertex="1">
          <mxGeometry height="60" width="120" x="3145" y="1160" as="geometry" />
        </mxCell>
        <mxCell id="In8fDh9ZLN2M87an2Miy-189" parent="1" style="text;html=1;whiteSpace=wrap;strokeColor=none;fillColor=none;align=center;verticalAlign=middle;rounded=0;fontSize=26;" value="&lt;div style=&quot;background-color:#ffffff;color:#080808&quot;&gt;&lt;pre style=&quot;font-family: &amp;quot;JetBrains Mono&amp;quot;, monospace;&quot;&gt;&lt;span style=&quot;color:#9e880d;&quot;&gt;@Transactional&lt;/span&gt;(propagation = &lt;span style=&quot;color:#000000;&quot;&gt;Propagation&lt;/span&gt;.&lt;span style=&quot;color:#871094;font-style:italic;&quot;&gt;REQUIRES_NEW&lt;/span&gt;)&lt;/pre&gt;&lt;/div&gt;" vertex="1">
          <mxGeometry height="30" width="240" x="4918.87" y="1265" as="geometry" />
        </mxCell>
      </root>
    </mxGraphModel>
  </diagram>
</mxfile>
